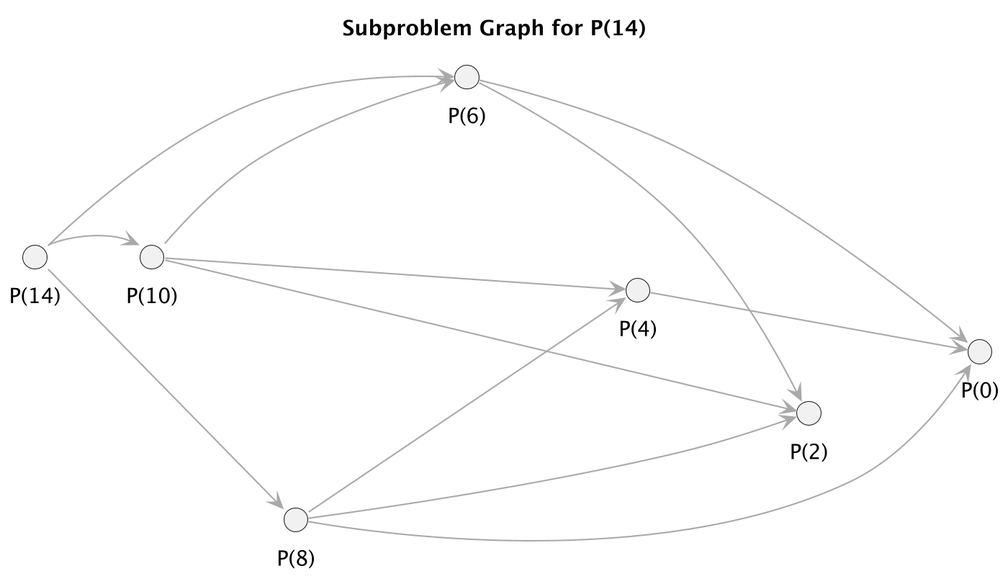
Above: subproblem graph-Subproblem_Graph_for_P_14_.png in xubin0/SC2001-Projects (PlantUML), before the change.
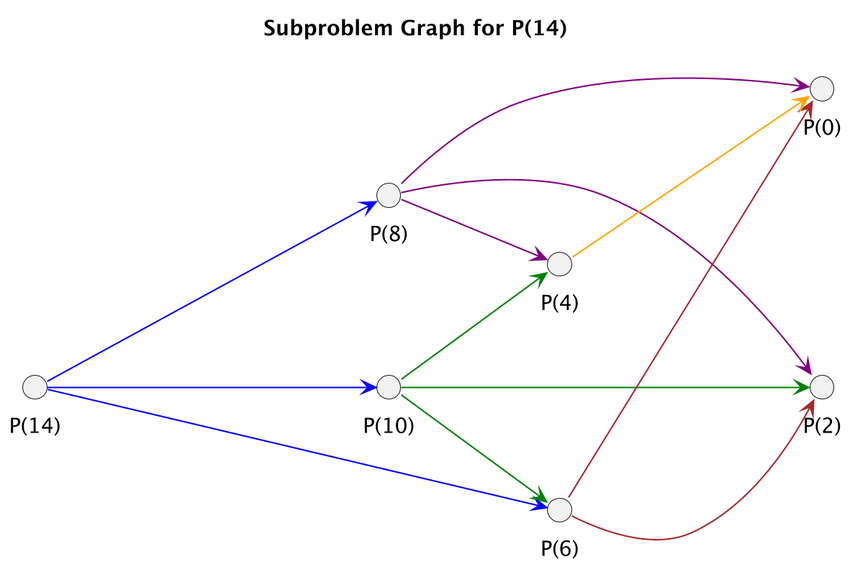
Above is the later version.

Commit message:
update image for subproblem graph

The edit, as a diff of the source:
```diff
@@ -2,11 +2,9 @@
 left to right direction
 skinparam defaultTextAlignment center
 skinparam Shadowing false
-skinparam ArrowColor DarkGray
-skinparam ArrowThickness 1
-skinparam CircleBackgroundColor LightBlue
 skinparam dpi 200
-title Subproblem Graph for P(14)
+
+title  Subproblem Graph for P(14)
 
 circle "P(14)" as p14
 circle "P(10)" as p10
@@ -16,28 +14,22 @@
 circle "P(2)"  as p2
 circle "P(0)"  as p0
 
-p14 -[hidden]-> p10
-p10 -[hidden]-> p8
-p8  -[hidden]-> p6
-p6  -[hidden]-> p4
-p4  -[hidden]-> p2
-p2  -[hidden]-> p0
 
-p14 --> p10
-p14 --> p8
-p14 --> p6
+p14 --[#blue]--> p10
+p14 --[#blue]--> p8
+p14 --[#blue]--> p6
 
-p10 --> p6
-p10 --> p4
-p10 --> p2
+p10 -[#green]-> p6
+p10 -[#green]-> p4
+p10 -[#green]-> p2
 
-p8 --> p4
-p8 --> p2
-p8 --> p0
+p8 -[#purple]-> p4
+p8 -[#purple]-> p2
+p8 -[#purple]-> p0
 
-p6 --> p2
-p6 --> p0
+p6 --[#brown]-> p2
+p6 -[#brown]-> p0
 
-p4 --> p0
+p4 -[#orange]--> p0
 
 @enduml
```
